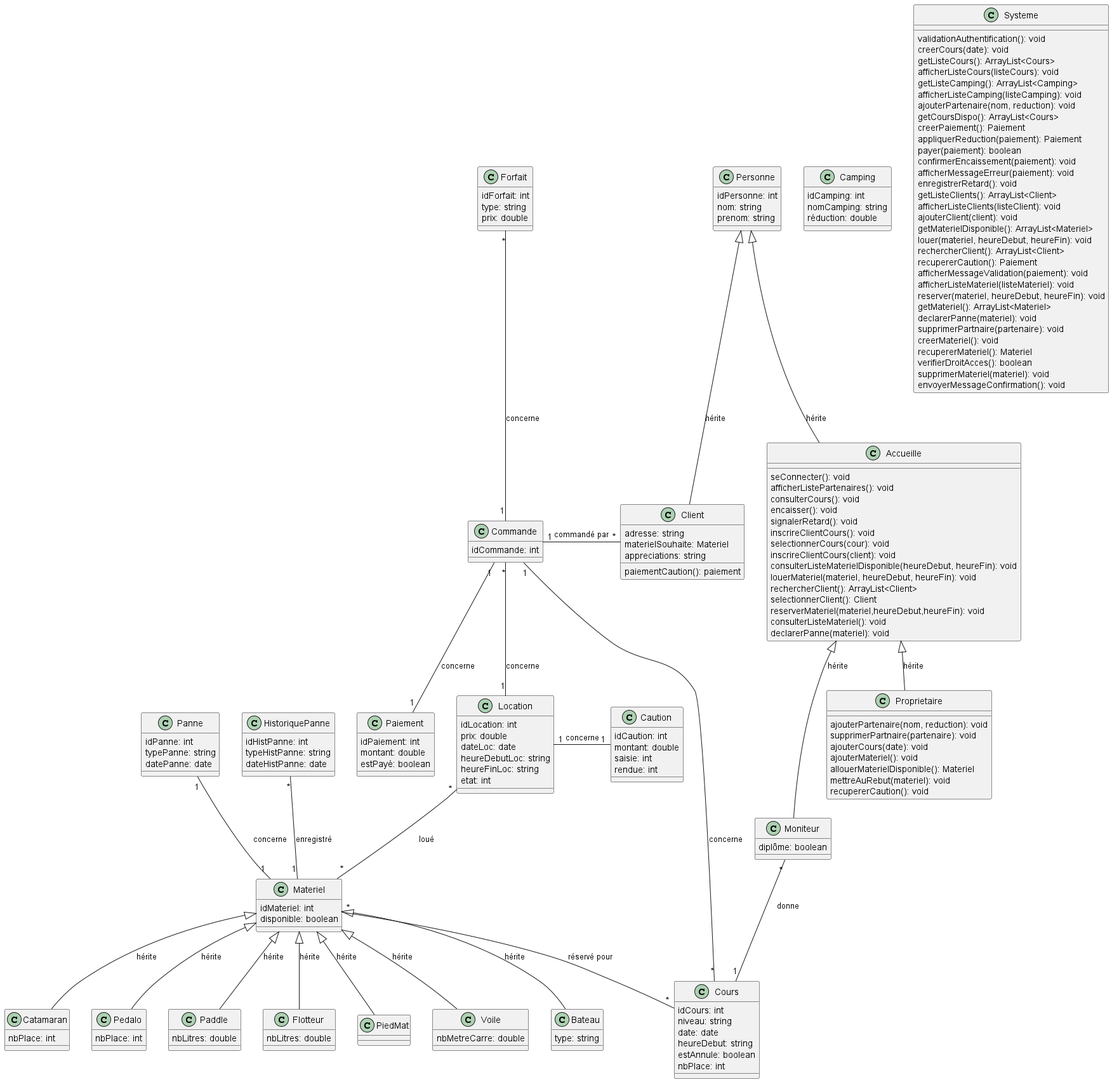
The PlantUML diagram UML/png/Diagramme_Classe.png in Egario54/ProjetClubNautique, before a commit.
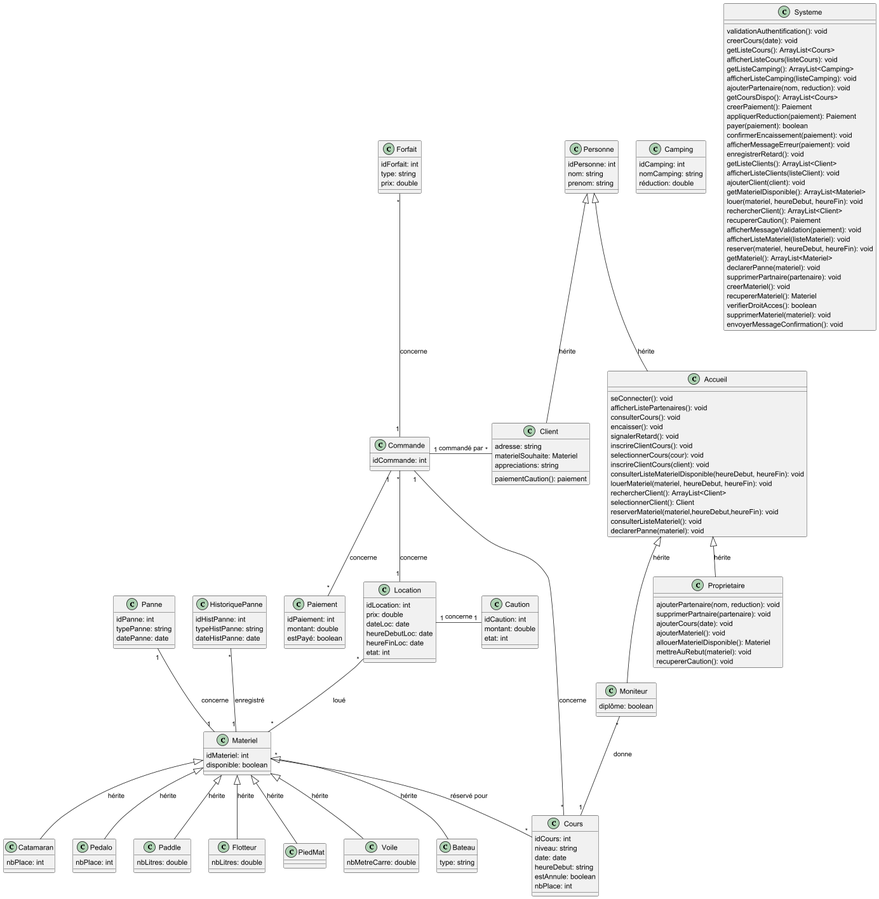
The same file after the commit.

Commit message:
Correction rapide diagramme de classe

Diff of the diagram source:
```diff
@@ -4,7 +4,7 @@
 Commande "1" -right- "*" Client : commandé par
 Commande "1" -down- "*" Cours : concerne
 Commande "*" -down- "1" Location : concerne
-Commande "1" -- "1" Paiement : concerne
+Commande "1" -- "*" Paiement : concerne
 Moniteur "*" -right- "1" Cours : donne
 Materiel "*" -- "*" Cours : réservé pour
 Materiel "*" -up- "*" Location : loué
@@ -13,9 +13,9 @@
 Caution "1" -left- "1" Location : concerne
 
 Personne <|-- Client : hérite
-Personne <|-- Accueille : hérite
-Accueille <|-- Moniteur : hérite
-Accueille <|-- Proprietaire : hérite
+Personne <|-- Accueil : hérite
+Accueil <|-- Moniteur : hérite
+Accueil <|-- Proprietaire : hérite
 
 Materiel <|-- Catamaran : hérite
 Materiel <|-- Pedalo : hérite
@@ -28,8 +28,7 @@
 class Caution{
     idCaution: int
     montant: double
-    saisie: int
-    rendue: int
+    etat: int
 }
 
 class Forfait{
@@ -76,7 +75,7 @@
     prenom: string
 }
 
-class Accueille{
+class Accueil{
     seConnecter(): void
     afficherListePartenaires(): void
     consulterCours(): void
@@ -112,8 +111,8 @@
     idLocation: int
     prix: double
     dateLoc: date
-    heureDebutLoc: string
-    heureFinLoc: string
+    heureDebutLoc: date
+    heureFinLoc: date
     etat: int
 }
 
```
